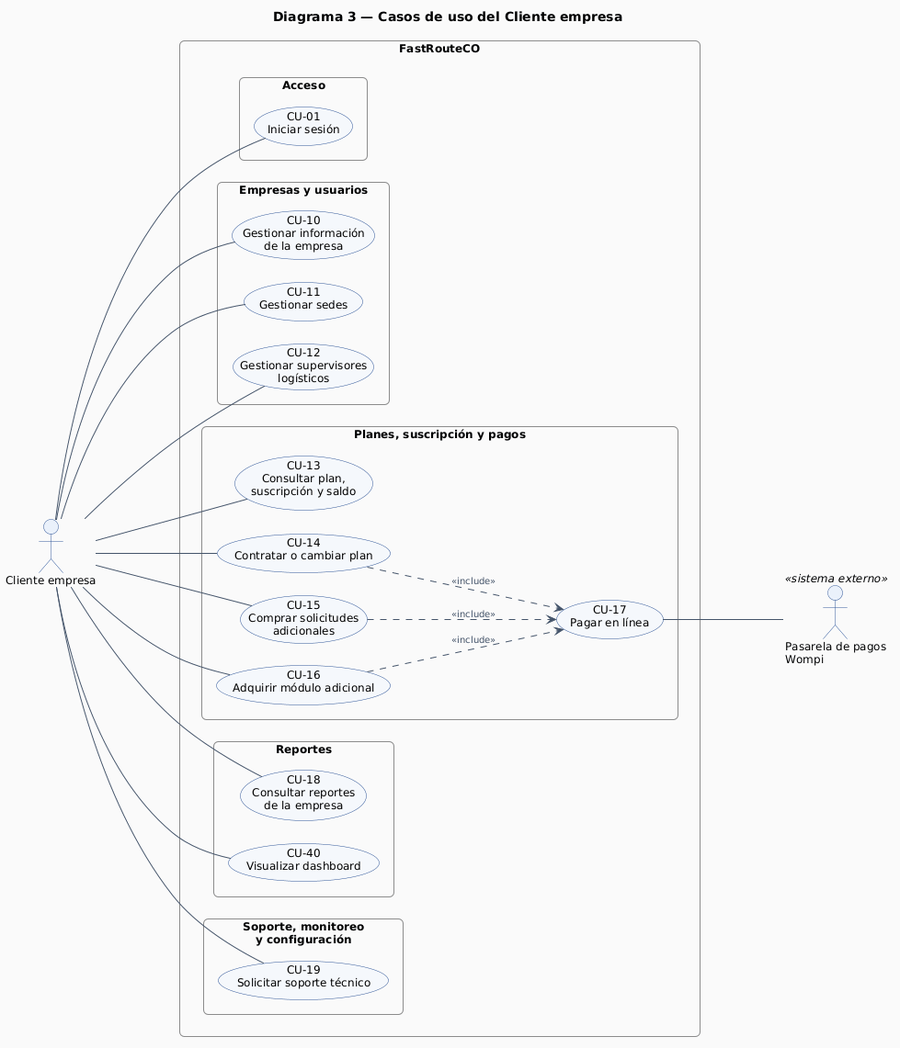
Above: docs/casos-de-uso/cliente-empresa.png in JuanBallares03/Electiva-CPC (PlantUML), before the change.
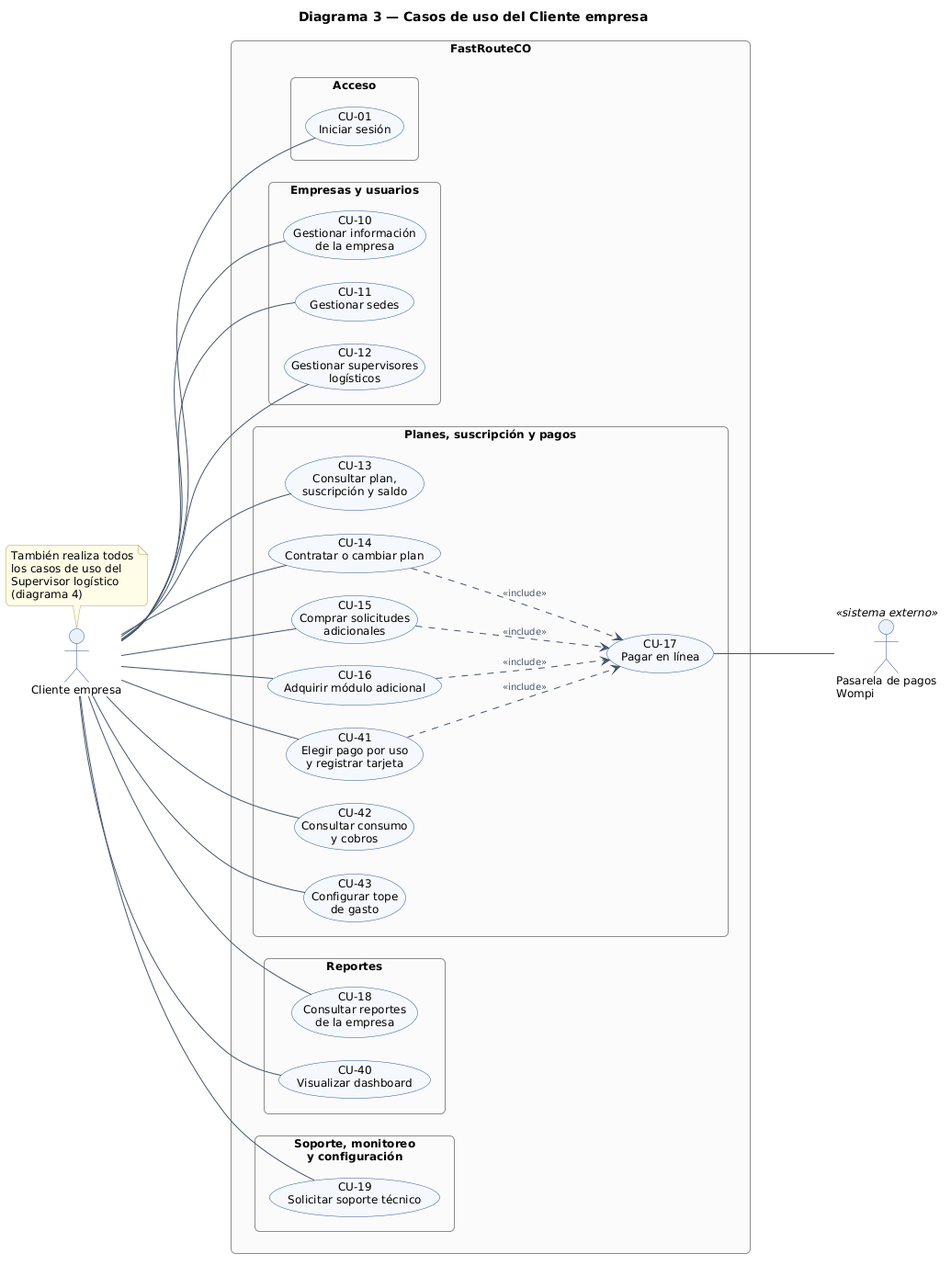
Later version of the same file.

Diff of the diagram source:
```diff
@@ -53,6 +53,9 @@
     usecase "CU-15\nComprar solicitudes\nadicionales" as CU15
     usecase "CU-16\nAdquirir módulo adicional" as CU16
     usecase "CU-17\nPagar en línea" as CU17
+    usecase "CU-41\nElegir pago por uso\ny registrar tarjeta" as CU41
+    usecase "CU-42\nConsultar consumo\ny cobros" as CU42
+    usecase "CU-43\nConfigurar tope\nde gasto" as CU43
   }
   package "Reportes" as PRep {
     usecase "CU-18\nConsultar reportes\nde la empresa" as CU18
@@ -78,6 +81,16 @@
 CU14 ..> CU17 : <<include>>
 CU15 ..> CU17 : <<include>>
 CU16 ..> CU17 : <<include>>
+Cliente -- CU41
+Cliente -- CU42
+Cliente -- CU43
+CU41 ..> CU17 : <<include>>
 
 CU17 -- Pasarela
+note top of Cliente
+  También realiza todos
+  los casos de uso del
+  Supervisor logístico
+  (diagrama 4)
+end note
 @enduml
```
